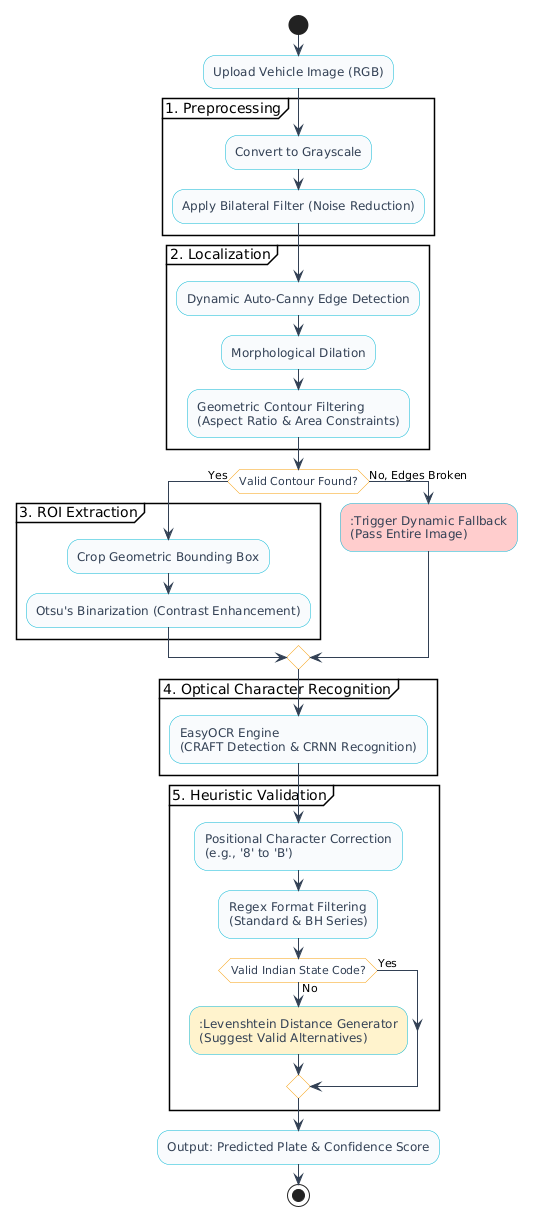
Before: architecture_diagram/architecture_diagram.png, a diagram exported from PlantUML (YashChugani/License-Plate-Recognition-System).
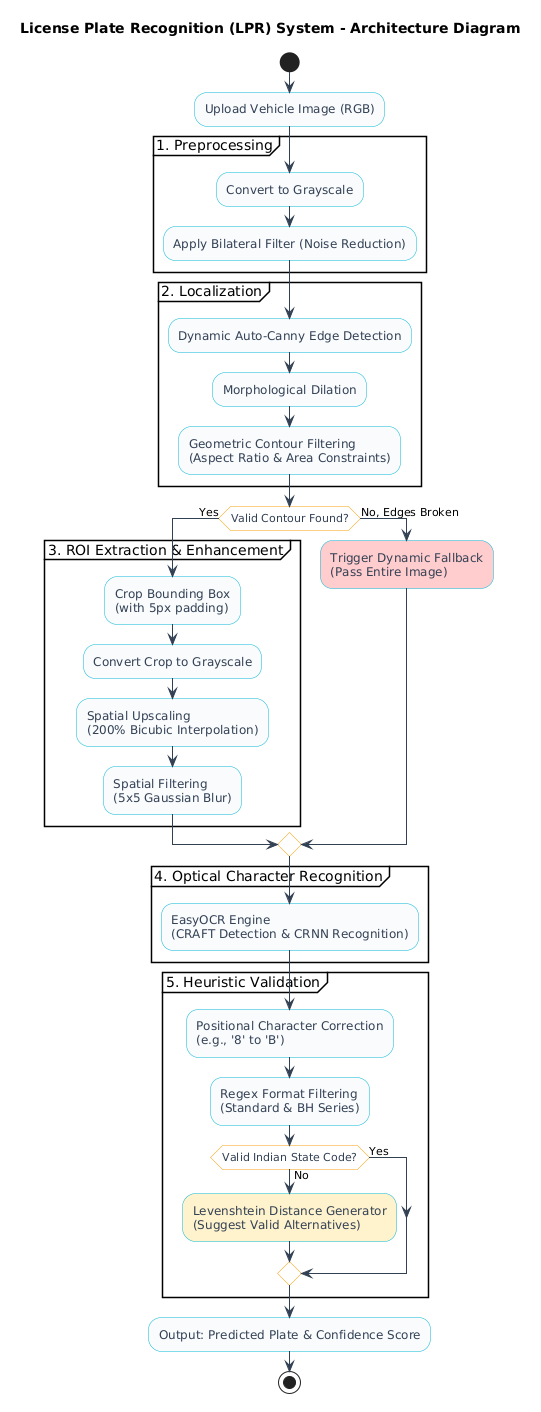
After the change.

Commit message:
docs: Updated architecture diagram

Diff of the diagram source:
```diff
@@ -1,5 +1,5 @@
 @startuml
-skinparam defaultFontName Arial
+skinparam defaultFontName TimesNewRoman
 skinparam node {
     BackgroundColor White
     BorderColor #0f172a
@@ -14,7 +14,7 @@
     BackgroundColor #ffffff
     BorderColor #f59e0b
 }
-
+title License Plate Recognition (LPR) System - Architecture Diagram
 start
 :Upload Vehicle Image (RGB);
 
@@ -30,12 +30,14 @@
 }
 
 if (Valid Contour Found?) then (Yes)
-    partition "3. ROI Extraction" {
-        :Crop Geometric Bounding Box;
-        :Otsu's Binarization (Contrast Enhancement);
+    partition "3. ROI Extraction & Enhancement" {
+        :Crop Bounding Box\n(with 5px padding);
+        :Convert Crop to Grayscale;
+        :Spatial Upscaling\n(200% Bicubic Interpolation);
+        :Spatial Filtering\n(5x5 Gaussian Blur);
     }
 else (No, Edges Broken)
-    ::Trigger Dynamic Fallback\n(Pass Entire Image);<<#ffcccc>>
+    :Trigger Dynamic Fallback\n(Pass Entire Image);<<#ffcccc>>
 endif
 
 partition "4. Optical Character Recognition" {
@@ -48,7 +50,7 @@
 
     if (Valid Indian State Code?) then (Yes)
     else (No)
-        ::Levenshtein Distance Generator\n(Suggest Valid Alternatives);<<#fff2cc>>
+        :Levenshtein Distance Generator\n(Suggest Valid Alternatives);<<#fff2cc>>
     endif
 }
 
```
